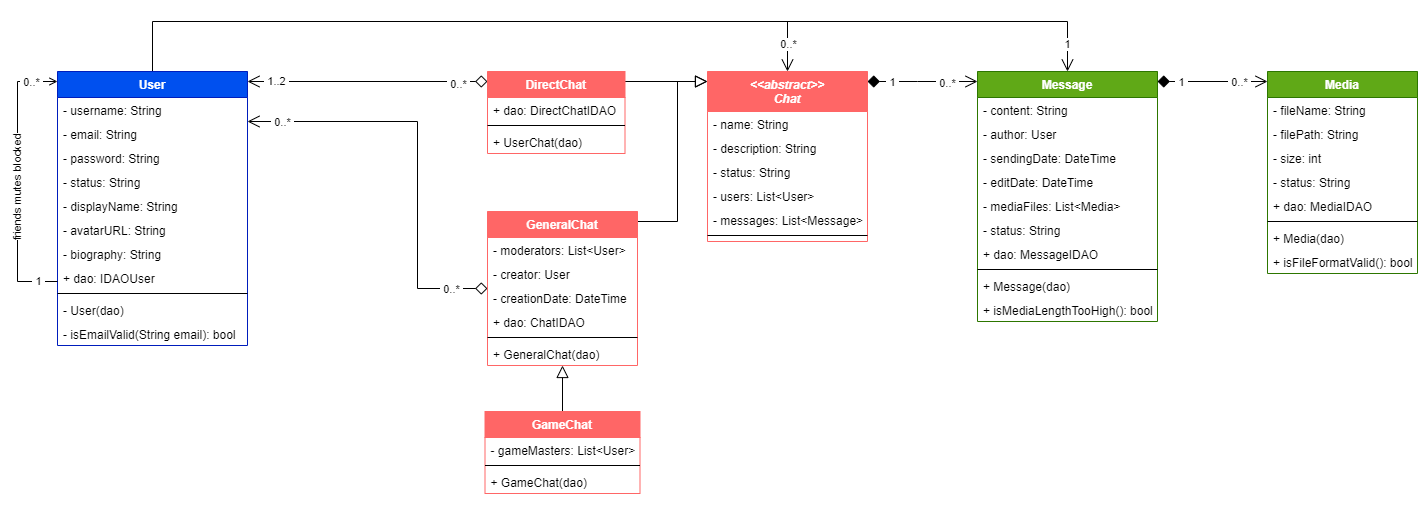
Above: .vscode/DC-UML do Text&Role.png in IagoGdeMeira/ddm-3es (draw.io), before the change. Source tidied: cells renumbered, new cells last; positions are measured from the earlier drawing's top-left corner, leaving out a move shared by most shapes.
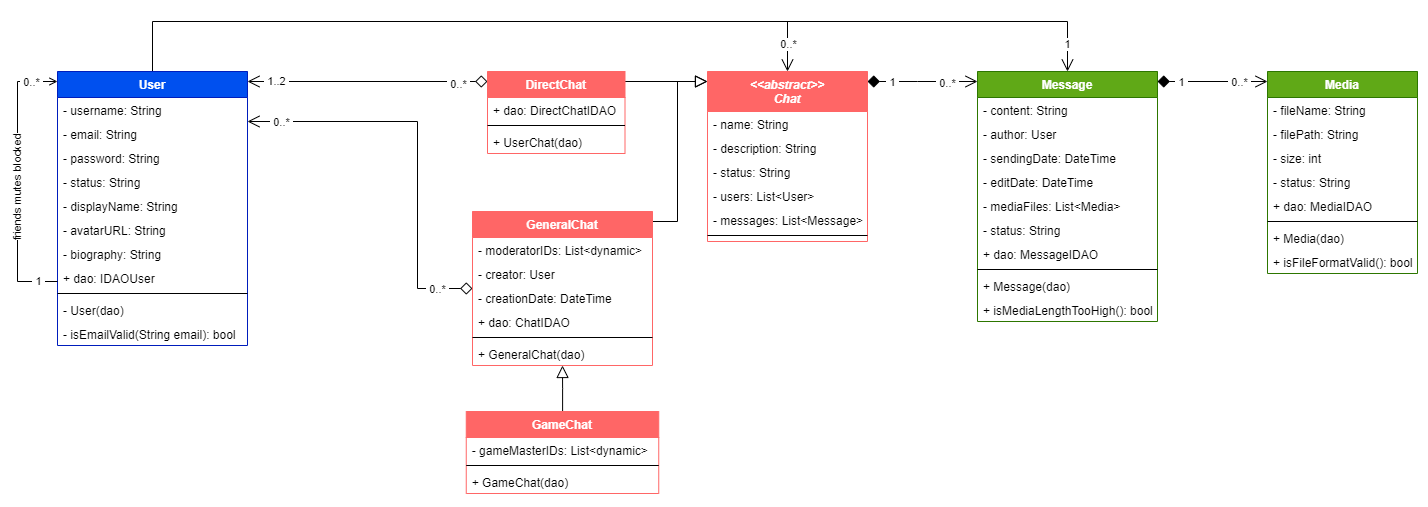
After the change.

Diff of the diagram source:
```diff
@@ -169,40 +169,40 @@
       </mxGeometry>
     </mxCell>
     <mxCell id="42" value="GeneralChat" style="swimlane;fontStyle=1;align=center;verticalAlign=top;horizontal=1;startSize=26;rounded=0;shadow=0;strokeWidth=1;fillColor=#FF6666;strokeColor=#FF6666;fontColor=#ffffff;" parent="1" vertex="1">
-      <mxGeometry x="470" y="190" width="150" height="154" as="geometry" />
+      <mxGeometry x="455" y="190" width="180" height="154" as="geometry" />
     </mxCell>
-    <mxCell id="43" value="- moderators: List&lt;User&gt;" style="text;align=left;verticalAlign=top;spacingLeft=4;spacingRight=4;overflow=hidden;" parent="42" vertex="1">
-      <mxGeometry y="26" width="150" height="24" as="geometry" />
+    <mxCell id="43" value="- moderatorIDs: List&lt;dynamic&gt;" style="text;align=left;verticalAlign=top;spacingLeft=4;spacingRight=4;overflow=hidden;" parent="42" vertex="1">
+      <mxGeometry y="26" width="180" height="24" as="geometry" />
     </mxCell>
     <mxCell id="44" value="- creator: User" style="text;align=left;verticalAlign=top;spacingLeft=4;spacingRight=4;overflow=hidden;" parent="42" vertex="1">
-      <mxGeometry y="50" width="150" height="24" as="geometry" />
+      <mxGeometry y="50" width="180" height="24" as="geometry" />
     </mxCell>
     <mxCell id="45" value="- creationDate: DateTime" style="text;align=left;verticalAlign=top;spacingLeft=4;spacingRight=4;overflow=hidden;" parent="42" vertex="1">
-      <mxGeometry y="74" width="150" height="24" as="geometry" />
+      <mxGeometry y="74" width="180" height="24" as="geometry" />
     </mxCell>
     <mxCell id="46" value="+ dao: ChatIDAO" style="text;align=left;verticalAlign=top;spacingLeft=4;spacingRight=4;overflow=hidden;" parent="42" vertex="1">
-      <mxGeometry y="98" width="150" height="24" as="geometry" />
+      <mxGeometry y="98" width="180" height="24" as="geometry" />
     </mxCell>
     <mxCell id="47" style="line;html=1;strokeWidth=1;align=left;verticalAlign=middle;spacingTop=-1;spacingLeft=3;spacingRight=3;labelPosition=right;" parent="42" vertex="1">
-      <mxGeometry y="122" width="150" height="8" as="geometry" />
+      <mxGeometry y="122" width="180" height="8" as="geometry" />
     </mxCell>
     <mxCell id="48" value="+ GeneralChat(dao)" style="text;align=left;verticalAlign=top;spacingLeft=4;spacingRight=4;overflow=hidden;" parent="42" vertex="1">
-      <mxGeometry y="130" width="150" height="24" as="geometry" />
+      <mxGeometry y="130" width="180" height="24" as="geometry" />
     </mxCell>
     <mxCell id="49" style="edgeStyle=orthogonalEdgeStyle;rounded=0;jettySize=auto;html=1;endSize=10;endArrow=block;endFill=0;" parent="1" edge="1" source="50" target="42">
       <mxGeometry relative="1" as="geometry" />
     </mxCell>
     <mxCell id="50" value="GameChat" style="swimlane;fontStyle=1;align=center;verticalAlign=top;horizontal=1;startSize=26;rounded=0;shadow=0;strokeWidth=1;fillColor=#FF6666;strokeColor=#FF6666;fontColor=#ffffff;" parent="1" vertex="1">
-      <mxGeometry x="467.5" y="390" width="155" height="82" as="geometry" />
+      <mxGeometry x="448.8" y="390" width="192.5" height="82" as="geometry" />
     </mxCell>
-    <mxCell id="51" value="- gameMasters: List&lt;User&gt;" style="text;align=left;verticalAlign=top;spacingLeft=4;spacingRight=4;overflow=hidden;" parent="50" vertex="1">
-      <mxGeometry y="26" width="155" height="24" as="geometry" />
+    <mxCell id="51" value="- gameMasterIDs: List&lt;dynamic&gt;" style="text;align=left;verticalAlign=top;spacingLeft=4;spacingRight=4;overflow=hidden;" parent="50" vertex="1">
+      <mxGeometry y="26" width="192.5" height="24" as="geometry" />
     </mxCell>
     <mxCell id="52" style="line;html=1;strokeWidth=1;align=left;verticalAlign=middle;spacingTop=-1;spacingLeft=3;spacingRight=3;labelPosition=right;" parent="50" vertex="1">
-      <mxGeometry y="50" width="155" height="8" as="geometry" />
+      <mxGeometry y="50" width="192.5" height="8" as="geometry" />
     </mxCell>
     <mxCell id="53" value="+ GameChat(dao)" style="text;align=left;verticalAlign=top;spacingLeft=4;spacingRight=4;overflow=hidden;" parent="50" vertex="1">
-      <mxGeometry y="58" width="155" height="24" as="geometry" />
+      <mxGeometry y="58" width="192.5" height="24" as="geometry" />
     </mxCell>
     <mxCell id="54" style="edgeStyle=orthogonalEdgeStyle;rounded=0;jettySize=auto;html=1;endArrow=open;endFill=0;endSize=10;startSize=10;startArrow=diamond;startFill=1;" parent="1" edge="1" source="57" target="68">
       <mxGeometry relative="1" as="geometry">
```
